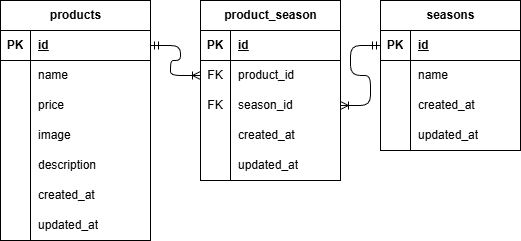
The draw.io diagram ER.drawio.png in yurin0617/yurin-kadai2, before a commit. Source tidied: cells renumbered, new cells last; positions are measured from the earlier drawing's top-left corner, leaving out a move shared by most shapes.
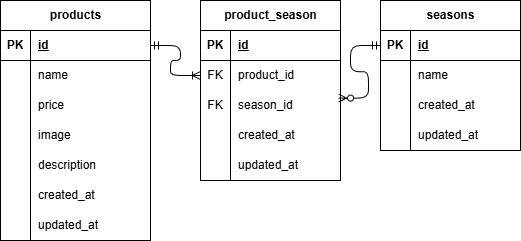
The same file after the commit.

The edit, as a diff of the source:
```diff
@@ -158,13 +158,8 @@
     <mxCell id="53" style="edgeStyle=entityRelationEdgeStyle;fontSize=12;html=1;endArrow=ERoneToMany;startArrow=ERmandOne;" parent="1" edge="1" source="3" target="28">
       <mxGeometry relative="1" as="geometry" />
     </mxCell>
-    <mxCell id="54" style="edgeStyle=entityRelationEdgeStyle;fontSize=12;html=1;endArrow=ERoneToMany;startArrow=ERmandOne;" parent="1" edge="1" source="41" target="31">
-      <mxGeometry relative="1" as="geometry">
-        <Array as="points">
-          <mxPoint x="390" y="220" />
-          <mxPoint x="410" y="220" />
-        </Array>
-      </mxGeometry>
+    <mxCell id="54" style="edgeStyle=entityRelationEdgeStyle;fontSize=12;html=1;endArrow=ERzeroToMany;startArrow=ERmandOne;exitX=0;exitY=0.5;exitDx=0;exitDy=0;entryX=0.986;entryY=0.253;entryDx=0;entryDy=0;entryPerimeter=0;" parent="1" edge="1" source="41" target="31">
+      <mxGeometry relative="1" as="geometry" />
     </mxCell>
   </root>
 </mxGraphModel>
```
